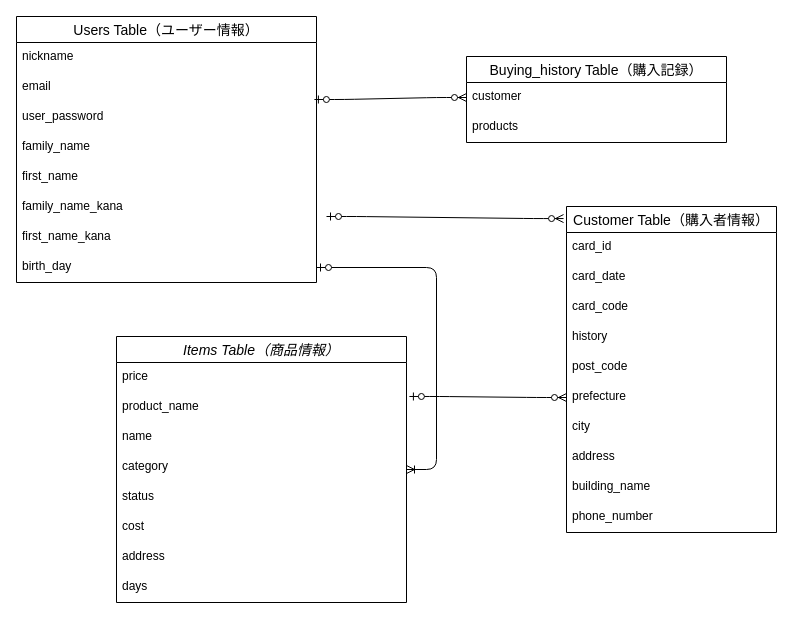
Before: db.dio in ran-hrsw/furima-40243, a draw.io diagram. Source tidied: cells renumbered, new cells numbered last; positions are measured from the earlier drawing's top-left corner, leaving out a move shared by most shapes. Both pictures are drawn from the tidied source at 100%, with x=0, y=0 at pixel (16, 16).
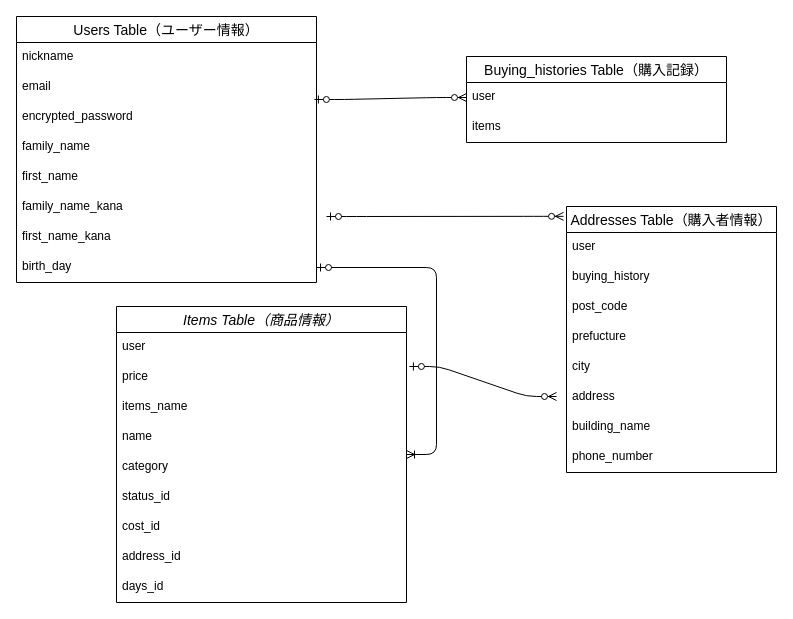
After the change.

The change refers to these unchanged cells:
```xml
<mxCell id="25" value="Users Table（ユーザー情報）" style="swimlane;fontStyle=0;horizontal=1;startSize=26;align=center;fontSize=14;" parent="1" vertex="1">
  <mxGeometry width="300" height="266" as="geometry" />
</mxCell>
```

What changed in the source:
```diff
@@
     <mxCell id="2" value="Items Table（商品情報）" style="swimlane;fontStyle=2;horizontal=1;startSize=26;align=center;fontSize=14;" parent="1" vertex="1">
-      <mxGeometry x="100" y="320" width="290" height="266" as="geometry" />
+      <mxGeometry x="100" y="290" width="290" height="296" as="geometry" />
     </mxCell>
-    <mxCell id="3" value="price" style="text;strokeColor=none;fillColor=none;spacingLeft=4;spacingRight=4;overflow=hidden;fontSize=12;" parent="2" vertex="1">
+    <mxCell id="3" value="user&#10;&#10;" style="text;strokeColor=none;fillColor=none;spacingLeft=4;spacingRight=4;overflow=hidden;fontSize=12;" parent="2" vertex="1">
       <mxGeometry y="26" width="290" height="30" as="geometry" />
     </mxCell>
-    <mxCell id="4" value="product_name" style="text;strokeColor=none;fillColor=none;spacingLeft=4;spacingRight=4;overflow=hidden;points=[[0,0.5],[1,0.5]];portConstraint=eastwest;fontSize=12;" parent="2" vertex="1">
+    <mxCell id="4" value="price" style="text;strokeColor=none;fillColor=none;spacingLeft=4;spacingRight=4;overflow=hidden;points=[[0,0.5],[1,0.5]];portConstraint=eastwest;fontSize=12;" parent="2" vertex="1">
       <mxGeometry y="56" width="290" height="30" as="geometry" />
     </mxCell>
-    <mxCell id="5" value="name" style="text;strokeColor=none;fillColor=none;spacingLeft=4;spacingRight=4;overflow=hidden;fontSize=12;" parent="2" vertex="1">
+    <mxCell id="5" value="items_name" style="text;strokeColor=none;fillColor=none;spacingLeft=4;spacingRight=4;overflow=hidden;fontSize=12;" parent="2" vertex="1">
       <mxGeometry y="86" width="290" height="30" as="geometry" />
     </mxCell>
-    <mxCell id="6" value="category" style="text;strokeColor=none;fillColor=none;spacingLeft=4;spacingRight=4;overflow=hidden;fontSize=12;" parent="2" vertex="1">
+    <mxCell id="6" value="name" style="text;strokeColor=none;fillColor=none;spacingLeft=4;spacingRight=4;overflow=hidden;fontSize=12;" parent="2" vertex="1">
       <mxGeometry y="116" width="290" height="30" as="geometry" />
     </mxCell>
-    <mxCell id="7" value="status" style="text;strokeColor=none;fillColor=none;spacingLeft=4;spacingRight=4;overflow=hidden;fontSize=12;" parent="2" vertex="1">
+    <mxCell id="7" value="category" style="text;strokeColor=none;fillColor=none;spacingLeft=4;spacingRight=4;overflow=hidden;fontSize=12;" parent="2" vertex="1">
       <mxGeometry y="146" width="290" height="30" as="geometry" />
     </mxCell>
-    <mxCell id="8" value="cost" style="text;strokeColor=none;fillColor=none;spacingLeft=4;spacingRight=4;overflow=hidden;fontSize=12;" parent="2" vertex="1">
+    <mxCell id="8" value="status_id" style="text;strokeColor=none;fillColor=none;spacingLeft=4;spacingRight=4;overflow=hidden;fontSize=12;" parent="2" vertex="1">
       <mxGeometry y="176" width="290" height="30" as="geometry" />
     </mxCell>
-    <mxCell id="9" value="address" style="text;strokeColor=none;fillColor=none;spacingLeft=4;spacingRight=4;overflow=hidden;fontSize=12;" parent="2" vertex="1">
+    <mxCell id="9" value="cost_id" style="text;strokeColor=none;fillColor=none;spacingLeft=4;spacingRight=4;overflow=hidden;fontSize=12;" parent="2" vertex="1">
       <mxGeometry y="206" width="290" height="30" as="geometry" />
     </mxCell>
-    <mxCell id="10" value="days" style="text;strokeColor=none;fillColor=none;spacingLeft=4;spacingRight=4;overflow=hidden;fontSize=12;" parent="2" vertex="1">
+    <mxCell id="10" value="address_id" style="text;strokeColor=none;fillColor=none;spacingLeft=4;spacingRight=4;overflow=hidden;fontSize=12;" parent="2" vertex="1">
       <mxGeometry y="236" width="290" height="30" as="geometry" />
     </mxCell>
+    <mxCell id="38" value="days_id" style="text;strokeColor=none;fillColor=none;spacingLeft=4;spacingRight=4;overflow=hidden;fontSize=12;" parent="2" vertex="1">
+      <mxGeometry y="266" width="290" height="30" as="geometry" />
+    </mxCell>
-    <mxCell id="11" value="Buying_history Table（購入記録）" style="swimlane;fontStyle=0;horizontal=1;startSize=26;align=center;fontSize=14;" parent="1" vertex="1">
+    <mxCell id="11" value="Buying_histories Table（購入記録）" style="swimlane;fontStyle=0;horizontal=1;startSize=26;align=center;fontSize=14;" parent="1" vertex="1">
       <mxGeometry x="450" y="40" width="260" height="86" as="geometry" />
     </mxCell>
-    <mxCell id="12" value="customer" style="text;strokeColor=none;fillColor=none;spacingLeft=4;spacingRight=4;overflow=hidden;points=[[0,0.5],[1,0.5]];portConstraint=eastwest;fontSize=12;" parent="11" vertex="1">
-      <mxGeometry y="26" width="260" height="30" as="geometry" />
-    </mxCell>
-    <mxCell id="13" value="products" style="text;strokeColor=none;fillColor=none;spacingLeft=4;spacingRight=4;overflow=hidden;points=[[0,0.5],[1,0.5]];portConstraint=eastwest;fontSize=12;" parent="11" vertex="1">
-      <mxGeometry y="56" width="260" height="30" as="geometry" />
+    <mxCell id="13" value="user" style="text;strokeColor=none;fillColor=none;spacingLeft=4;spacingRight=4;overflow=hidden;points=[[0,0.5],[1,0.5]];portConstraint=eastwest;fontSize=12;" parent="11" vertex="1">
+      <mxGeometry y="26" width="260" height="30" as="geometry" />
     </mxCell>
+    <mxCell id="39" value="items" style="text;strokeColor=none;fillColor=none;spacingLeft=4;spacingRight=4;overflow=hidden;fontSize=12;" parent="11" vertex="1">
+      <mxGeometry y="56" width="260" height="30" as="geometry" />
+    </mxCell>
-    <mxCell id="14" value="Customer Table（購入者情報）" style="swimlane;fontStyle=0;horizontal=1;startSize=26;align=center;fontSize=14;" parent="1" vertex="1">
-      <mxGeometry x="550" y="190" width="210" height="326" as="geometry" />
+    <mxCell id="14" value="Addresses Table（購入者情報）" style="swimlane;fontStyle=0;horizontal=1;startSize=26;align=center;fontSize=14;" parent="1" vertex="1">
+      <mxGeometry x="550" y="190" width="210" height="266" as="geometry" />
     </mxCell>
-    <mxCell id="15" value="card_id" style="text;strokeColor=none;fillColor=none;spacingLeft=4;spacingRight=4;overflow=hidden;fontSize=12;" parent="14" vertex="1">
-      <mxGeometry y="26" width="210" height="30" as="geometry" />
-    </mxCell>
-    <mxCell id="16" value="card_date" style="text;strokeColor=none;fillColor=none;spacingLeft=4;spacingRight=4;overflow=hidden;fontSize=12;" parent="14" vertex="1">
-      <mxGeometry y="56" width="210" height="30" as="geometry" />
-    </mxCell>
-    <mxCell id="17" value="card_code" style="text;strokeColor=none;fillColor=none;spacingLeft=4;spacingRight=4;overflow=hidden;fontSize=12;" parent="14" vertex="1">
-      <mxGeometry y="86" width="210" height="30" as="geometry" />
-    </mxCell>
-    <mxCell id="18" value="history" style="text;strokeColor=none;fillColor=none;spacingLeft=4;spacingRight=4;overflow=hidden;fontSize=12;" parent="14" vertex="1">
-      <mxGeometry y="116" width="210" height="30" as="geometry" />
+    <mxCell id="18" value="user&#10;&#10;" style="text;strokeColor=none;fillColor=none;spacingLeft=4;spacingRight=4;overflow=hidden;fontSize=12;" parent="14" vertex="1">
+      <mxGeometry y="26" width="210" height="30" as="geometry" />
     </mxCell>
-    <mxCell id="19" value="post_code" style="text;strokeColor=none;fillColor=none;spacingLeft=4;spacingRight=4;overflow=hidden;fontSize=12;" parent="14" vertex="1">
-      <mxGeometry y="146" width="210" height="30" as="geometry" />
+    <mxCell id="19" value="buying_history" style="text;strokeColor=none;fillColor=none;spacingLeft=4;spacingRight=4;overflow=hidden;fontSize=12;" parent="14" vertex="1">
+      <mxGeometry y="56" width="210" height="30" as="geometry" />
     </mxCell>
-    <mxCell id="20" value="prefecture" style="text;strokeColor=none;fillColor=none;spacingLeft=4;spacingRight=4;overflow=hidden;points=[[0,0.5],[1,0.5]];portConstraint=eastwest;fontSize=12;" parent="14" vertex="1">
-      <mxGeometry y="176" width="210" height="30" as="geometry" />
+    <mxCell id="20" value="post_code" style="text;strokeColor=none;fillColor=none;spacingLeft=4;spacingRight=4;overflow=hidden;points=[[0,0.5],[1,0.5]];portConstraint=eastwest;fontSize=12;" parent="14" vertex="1">
+      <mxGeometry y="86" width="210" height="30" as="geometry" />
     </mxCell>
-    <mxCell id="21" value="city" style="text;strokeColor=none;fillColor=none;spacingLeft=4;spacingRight=4;overflow=hidden;fontSize=12;" parent="14" vertex="1">
-      <mxGeometry y="206" width="210" height="30" as="geometry" />
+    <mxCell id="21" value="prefucture" style="text;strokeColor=none;fillColor=none;spacingLeft=4;spacingRight=4;overflow=hidden;fontSize=12;" parent="14" vertex="1">
+      <mxGeometry y="116" width="210" height="30" as="geometry" />
     </mxCell>
-    <mxCell id="22" value="address" style="text;strokeColor=none;fillColor=none;spacingLeft=4;spacingRight=4;overflow=hidden;fontSize=12;" parent="14" vertex="1">
-      <mxGeometry y="236" width="210" height="30" as="geometry" />
+    <mxCell id="22" value="city" style="text;strokeColor=none;fillColor=none;spacingLeft=4;spacingRight=4;overflow=hidden;fontSize=12;" parent="14" vertex="1">
+      <mxGeometry y="146" width="210" height="30" as="geometry" />
     </mxCell>
-    <mxCell id="23" value="building_name" style="text;strokeColor=none;fillColor=none;spacingLeft=4;spacingRight=4;overflow=hidden;fontSize=12;" parent="14" vertex="1">
-      <mxGeometry y="266" width="210" height="30" as="geometry" />
+    <mxCell id="23" value="address" style="text;strokeColor=none;fillColor=none;spacingLeft=4;spacingRight=4;overflow=hidden;fontSize=12;" parent="14" vertex="1">
+      <mxGeometry y="176" width="210" height="30" as="geometry" />
     </mxCell>
-    <mxCell id="24" value="phone_number" style="text;strokeColor=none;fillColor=none;spacingLeft=4;spacingRight=4;overflow=hidden;fontSize=12;" parent="14" vertex="1">
-      <mxGeometry y="296" width="210" height="30" as="geometry" />
+    <mxCell id="24" value="building_name" style="text;strokeColor=none;fillColor=none;spacingLeft=4;spacingRight=4;overflow=hidden;fontSize=12;" parent="14" vertex="1">
+      <mxGeometry y="206" width="210" height="30" as="geometry" />
     </mxCell>
+    <mxCell id="40" value="phone_number" style="text;strokeColor=none;fillColor=none;spacingLeft=4;spacingRight=4;overflow=hidden;fontSize=12;" parent="14" vertex="1">
+      <mxGeometry y="236" width="210" height="30" as="geometry" />
+    </mxCell>
@@
-    <mxCell id="28" value="user_password" style="text;strokeColor=none;fillColor=none;spacingLeft=4;spacingRight=4;overflow=hidden;points=[[0,0.5],[1,0.5]];portConstraint=eastwest;fontSize=12;" parent="25" vertex="1">
+    <mxCell id="28" value="encrypted_password" style="text;strokeColor=none;fillColor=none;spacingLeft=4;spacingRight=4;overflow=hidden;points=[[0,0.5],[1,0.5]];portConstraint=eastwest;fontSize=12;" parent="25" vertex="1">
       <mxGeometry y="86" width="300" height="30" as="geometry" />
     </mxCell>
@@
-    <mxCell id="34" style="edgeStyle=entityRelationEdgeStyle;fontSize=12;html=1;endArrow=ERzeroToMany;startArrow=ERzeroToOne;exitX=0.993;exitY=-0.1;exitDx=0;exitDy=0;entryX=0;entryY=0.5;entryDx=0;entryDy=0;exitPerimeter=0;" parent="1" edge="1" source="28" target="12">
+    <mxCell id="34" style="edgeStyle=entityRelationEdgeStyle;fontSize=12;html=1;endArrow=ERzeroToMany;startArrow=ERzeroToOne;exitX=0.993;exitY=-0.1;exitDx=0;exitDy=0;exitPerimeter=0;entryX=0;entryY=0.5;entryDx=0;entryDy=0;" parent="1" edge="1" source="28" target="13">
       <mxGeometry relative="1" as="geometry" />
     </mxCell>
@@
-    <mxCell id="36" style="edgeStyle=entityRelationEdgeStyle;fontSize=12;html=1;endArrow=ERzeroToMany;startArrow=ERzeroToOne;exitX=1.01;exitY=0.133;exitDx=0;exitDy=0;exitPerimeter=0;entryX=0;entryY=0.5;entryDx=0;entryDy=0;" parent="1" edge="1" source="4" target="20">
-      <mxGeometry relative="1" as="geometry" />
+    <mxCell id="36" style="edgeStyle=entityRelationEdgeStyle;fontSize=12;html=1;endArrow=ERzeroToMany;startArrow=ERzeroToOne;exitX=1.01;exitY=0.133;exitDx=0;exitDy=0;exitPerimeter=0;" parent="1" edge="1" source="4">
+      <mxGeometry relative="1" as="geometry">
+        <mxPoint x="540" y="380" as="targetPoint" />
+      </mxGeometry>
     </mxCell>
```
